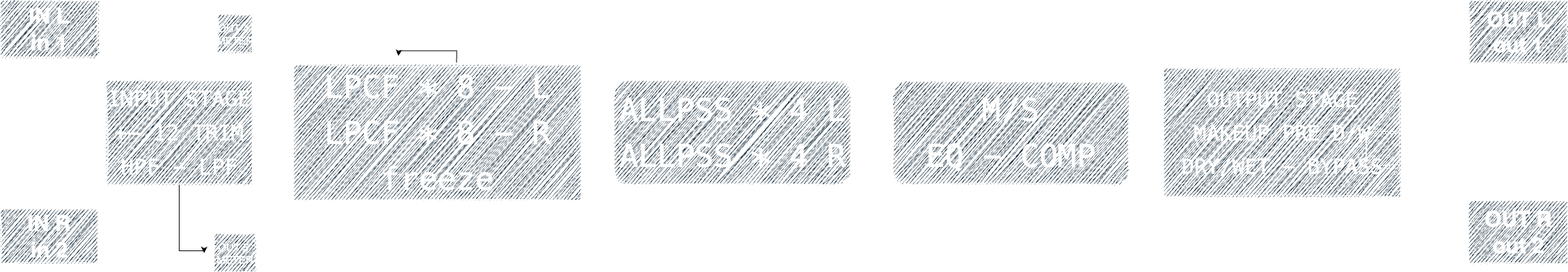
Earlier version of the draw.io export Assets/diagram.png (cjitter/JCBImager). Source tidied: cells renumbered, new cells last; positions are measured from the earlier drawing's top-left corner, leaving out a move shared by most shapes.
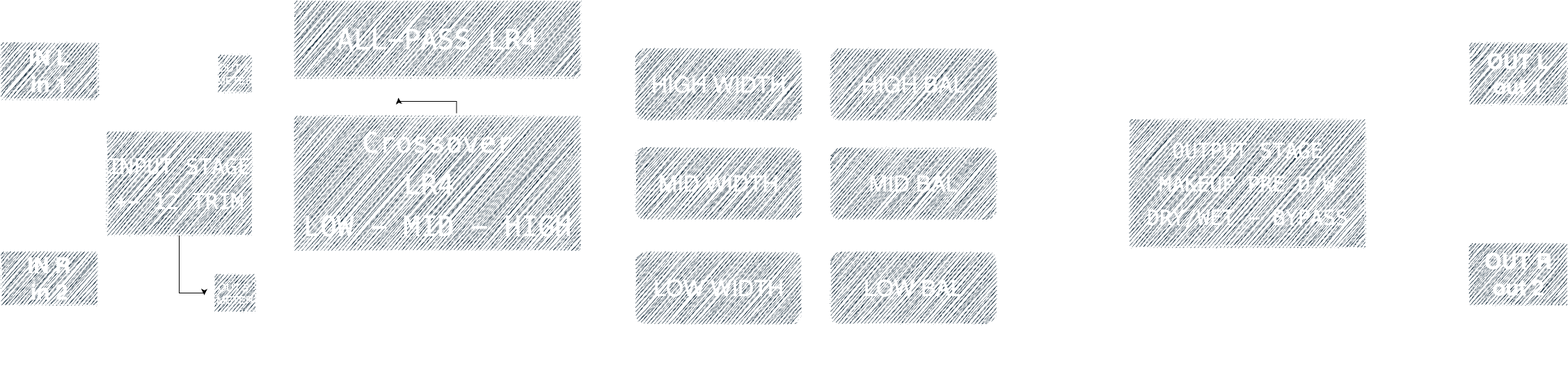
After the change.

The edit, as a diff of the source:
```diff
@@ -5,6 +5,12 @@
     <mxCell id="2" style="edgeStyle=orthogonalEdgeStyle;rounded=0;jettySize=auto;html=1;entryX=0.003;entryY=0.333;entryDx=0;entryDy=0;entryPerimeter=0;strokeColor=#FFFFFF;exitX=0.5;exitY=1;exitDx=0;exitDy=0;" parent="1" edge="1" source="3" target="9">
       <mxGeometry relative="1" as="geometry" />
     </mxCell>
+    <mxCell id="25" style="edgeStyle=orthogonalEdgeStyle;rounded=0;jettySize=auto;html=1;exitX=0.25;exitY=1;exitDx=0;exitDy=0;entryX=0.25;entryY=0;entryDx=0;entryDy=0;" parent="1" edge="1" source="3" target="5">
+      <mxGeometry relative="1" as="geometry" />
+    </mxCell>
+    <mxCell id="26" style="edgeStyle=orthogonalEdgeStyle;rounded=0;jettySize=auto;html=1;exitX=0.25;exitY=1;exitDx=0;exitDy=0;entryX=0.25;entryY=0;entryDx=0;entryDy=0;strokeColor=#FFFFFF;" parent="1" edge="1" source="3" target="5">
+      <mxGeometry relative="1" as="geometry" />
+    </mxCell>
     <mxCell id="3" value="&lt;font style=&quot;font-size: 31px;&quot;&gt;&lt;b&gt;IN L&lt;/b&gt;&lt;/font&gt;&lt;div&gt;&lt;font style=&quot;font-size: 31px;&quot;&gt;&lt;b&gt;in 1&lt;/b&gt;&lt;/font&gt;&lt;/div&gt;" style="rounded=0;whiteSpace=wrap;html=1;labelBackgroundColor=none;strokeColor=#FFFFFF;fillColor=#182E3E;fontColor=#FFFFFF;sketch=1;curveFitting=1;jiggle=2;" parent="1" vertex="1">
       <mxGeometry width="140" height="81.2" as="geometry" />
     </mxCell>
@@ -38,8 +44,34 @@
     <mxCell id="8" style="edgeStyle=orthogonalEdgeStyle;rounded=0;jettySize=auto;html=1;strokeColor=#FFFFFF;" parent="1" edge="1" source="9" target="12">
       <mxGeometry relative="1" as="geometry" />
     </mxCell>
+    <mxCell id="27" style="edgeStyle=orthogonalEdgeStyle;rounded=0;jettySize=auto;html=1;exitX=0.25;exitY=1;exitDx=0;exitDy=0;entryX=0.541;entryY=0.982;entryDx=0;entryDy=0;strokeColor=#FFFFFF;entryPerimeter=0;" parent="1" edge="1" target="16">
+      <mxGeometry relative="1" as="geometry">
+        <mxPoint x="204.5" y="470" as="sourcePoint" />
+        <Array as="points">
+          <mxPoint x="1806" y="471" />
+        </Array>
+      </mxGeometry>
+    </mxCell>
+    <mxCell id="28" style="edgeStyle=orthogonalEdgeStyle;rounded=0;jettySize=auto;html=1;exitX=0.5;exitY=1;exitDx=0;exitDy=0;strokeColor=#FFFFFF;" parent="1" edge="1" source="5">
+      <mxGeometry relative="1" as="geometry">
+        <mxPoint x="204" y="460" as="targetPoint" />
+        <Array as="points">
+          <mxPoint x="32" y="378" />
+          <mxPoint x="32" y="470" />
+          <mxPoint x="204" y="470" />
+        </Array>
+      </mxGeometry>
+    </mxCell>
+    <mxCell id="29" style="edgeStyle=orthogonalEdgeStyle;rounded=0;jettySize=auto;html=1;exitX=0.25;exitY=0;exitDx=0;exitDy=0;entryX=0;entryY=0.5;entryDx=0;entryDy=0;strokeColor=#FFFFFF;" parent="1" edge="1" source="9" target="42">
+      <mxGeometry relative="1" as="geometry">
+        <Array as="points">
+          <mxPoint x="204" y="-40" />
+          <mxPoint x="422" y="-40" />
+        </Array>
+      </mxGeometry>
+    </mxCell>
-    <mxCell id="9" value="&lt;pre&gt;&lt;span style=&quot;font-size: 31px;&quot;&gt;INPUT STAGE&lt;/span&gt;&lt;/pre&gt;&lt;pre&gt;&lt;span style=&quot;font-size: 31px;&quot;&gt;+- 12 TRIM&lt;/span&gt;&lt;/pre&gt;&lt;pre&gt;&lt;span style=&quot;font-size: 31px;&quot;&gt;HPF - LPF&lt;/span&gt;&lt;/pre&gt;" style="rounded=0;whiteSpace=wrap;html=1;labelBackgroundColor=none;strokeColor=#FFFFFF;fillColor=#182E3E;fontColor=#FFFFFF;sketch=1;curveFitting=1;jiggle=2;" parent="1" vertex="1">
-      <mxGeometry x="152" y="115" width="210" height="150" as="geometry" />
+    <mxCell id="9" value="&lt;pre&gt;&lt;span style=&quot;font-size: 31px;&quot;&gt;INPUT STAGE&lt;/span&gt;&lt;/pre&gt;&lt;pre&gt;&lt;span style=&quot;font-size: 31px;&quot;&gt;+- 12 TRIM&lt;/span&gt;&lt;/pre&gt;" style="rounded=0;whiteSpace=wrap;html=1;labelBackgroundColor=none;strokeColor=#FFFFFF;fillColor=#182E3E;fontColor=#FFFFFF;sketch=1;curveFitting=1;jiggle=2;" parent="1" vertex="1">
+      <mxGeometry x="152" y="127.5" width="210" height="150" as="geometry" />
     </mxCell>
     <mxCell id="10" style="edgeStyle=orthogonalEdgeStyle;rounded=0;jettySize=auto;html=1;exitX=0.567;exitY=-0.016;exitDx=0;exitDy=0;exitPerimeter=0;" parent="1" edge="1" source="12">
       <mxGeometry relative="1" as="geometry">
@@ -49,19 +81,23 @@
     <mxCell id="11" style="edgeStyle=orthogonalEdgeStyle;rounded=0;jettySize=auto;html=1;exitX=1;exitY=0.5;exitDx=0;exitDy=0;entryX=0;entryY=0.5;entryDx=0;entryDy=0;strokeColor=#FFFFFF;" parent="1" edge="1" source="12" target="14">
       <mxGeometry relative="1" as="geometry">
         <Array as="points">
-          <mxPoint x="972" y="208" />
-          <mxPoint x="972" y="208" />
+          <mxPoint x="834" y="208" />
+          <mxPoint x="872" y="208" />
+          <mxPoint x="872" y="61" />
         </Array>
       </mxGeometry>
     </mxCell>
+    <mxCell id="30" style="edgeStyle=orthogonalEdgeStyle;rounded=0;jettySize=auto;html=1;entryX=0;entryY=0.5;entryDx=0;entryDy=0;strokeColor=#FFFFFF;" parent="1" edge="1" source="12" target="32">
+      <mxGeometry relative="1" as="geometry" />
+    </mxCell>
+    <mxCell id="31" style="edgeStyle=orthogonalEdgeStyle;rounded=0;jettySize=auto;html=1;exitX=1;exitY=0.5;exitDx=0;exitDy=0;entryX=0;entryY=0.5;entryDx=0;entryDy=0;strokeColor=#FFFFFF;" parent="1" edge="1" source="12" target="33">
+      <mxGeometry relative="1" as="geometry" />
+    </mxCell>
-    <mxCell id="12" value="&lt;pre&gt;&lt;font style=&quot;font-size: 45px;&quot;&gt;LPCF * 8 - L&lt;/font&gt;&lt;/pre&gt;&lt;pre&gt;&lt;font style=&quot;font-size: 45px;&quot;&gt;LPCF * 8 - R&lt;/font&gt;&lt;/pre&gt;&lt;pre&gt;&lt;span style=&quot;font-size: 45px;&quot;&gt;freeze&lt;/span&gt;&lt;/pre&gt;" style="rounded=0;whiteSpace=wrap;html=1;labelBackgroundColor=none;strokeColor=#FFFFFF;gradientDirection=west;fillColor=#182E3E;fontColor=#FFFFFF;sketch=1;curveFitting=1;jiggle=2;" parent="1" vertex="1">
-      <mxGeometry x="422" y="92.5" width="412" height="195" as="geometry" />
+    <mxCell id="12" value="&lt;pre&gt;&lt;font style=&quot;font-size: 40px;&quot;&gt;Crossover&lt;/font&gt;&lt;/pre&gt;&lt;pre&gt;&lt;font style=&quot;font-size: 40px;&quot;&gt;LR4 &lt;/font&gt;&lt;/pre&gt;&lt;pre&gt;&lt;font style=&quot;font-size: 40px;&quot;&gt;LOW - MID - HIGH&lt;/font&gt;&lt;/pre&gt;" style="rounded=0;whiteSpace=wrap;html=1;labelBackgroundColor=none;strokeColor=#FFFFFF;gradientDirection=west;fillColor=#182E3E;fontColor=#FFFFFF;sketch=1;curveFitting=1;jiggle=2;" parent="1" vertex="1">
+      <mxGeometry x="422" y="105" width="412" height="195" as="geometry" />
     </mxCell>
-    <mxCell id="13" style="edgeStyle=orthogonalEdgeStyle;rounded=0;jettySize=auto;html=1;exitX=1;exitY=0.5;exitDx=0;exitDy=0;entryX=0;entryY=0.5;entryDx=0;entryDy=0;strokeColor=#FFFFFF;" parent="1" edge="1" source="14" target="24">
-      <mxGeometry relative="1" as="geometry" />
-    </mxCell>
-    <mxCell id="14" value="&lt;pre&gt;&lt;font style=&quot;font-size: 45px;&quot;&gt;ALLPSS * 4 L&lt;/font&gt;&lt;/pre&gt;&lt;div&gt;&lt;font style=&quot;font-size: 45px;&quot;&gt;&lt;pre style=&quot;font-size: 12px;&quot;&gt;&lt;font style=&quot;font-size: 45px;&quot;&gt;ALLPSS * 4 R&lt;/font&gt;&lt;/pre&gt;&lt;/font&gt;&lt;/div&gt;" style="whiteSpace=wrap;html=1;rounded=1;labelBackgroundColor=none;strokeColor=#FFFFFF;fillColor=#182E3E;fontColor=#FFFFFF;sketch=1;curveFitting=1;jiggle=2;" parent="1" vertex="1">
-      <mxGeometry x="882" y="115" width="340" height="150" as="geometry" />
+    <mxCell id="14" value="&lt;font style=&quot;font-size: 32px;&quot;&gt;HIGH WIDTH&lt;/font&gt;" style="whiteSpace=wrap;html=1;rounded=1;labelBackgroundColor=none;strokeColor=#FFFFFF;fillColor=#182E3E;fontColor=#FFFFFF;sketch=1;curveFitting=1;jiggle=2;" parent="1" vertex="1">
+      <mxGeometry x="912" y="8" width="240" height="105" as="geometry" />
     </mxCell>
     <mxCell id="15" style="edgeStyle=orthogonalEdgeStyle;jettySize=auto;html=1;entryX=0;entryY=0.561;entryDx=0;entryDy=0;entryPerimeter=0;rounded=0;labelBackgroundColor=none;fontColor=default;strokeColor=#FFFFFF;sketch=1;curveFitting=1;jiggle=2;" parent="1" edge="1" source="16" target="17">
       <mxGeometry relative="1" as="geometry">
@@ -73,16 +109,16 @@
       </mxGeometry>
     </mxCell>
     <mxCell id="16" value="&lt;pre&gt;&lt;span style=&quot;font-size: 30px;&quot;&gt;OUTPUT STAGE&lt;/span&gt;&lt;/pre&gt;&lt;pre&gt;&lt;span style=&quot;font-size: 30px;&quot;&gt;MAKEUP PRE D/W&lt;/span&gt;&lt;/pre&gt;&lt;pre&gt;&lt;span style=&quot;font-size: 30px;&quot;&gt;DRY/WET - BYPASS&lt;/span&gt;&lt;/pre&gt;" style="rounded=0;whiteSpace=wrap;html=1;labelBackgroundColor=none;strokeColor=#FFFFFF;fillColor=#182E3E;fontColor=#FFFFFF;sketch=1;curveFitting=1;jiggle=2;" parent="1" vertex="1">
-      <mxGeometry x="1672" y="97.5" width="340" height="185" as="geometry" />
+      <mxGeometry x="1622" y="110" width="340" height="185" as="geometry" />
     </mxCell>
     <mxCell id="17" value="&lt;font style=&quot;font-size: 30px;&quot;&gt;&lt;b&gt;OUT L&lt;/b&gt;&lt;/font&gt;&lt;div&gt;&lt;font style=&quot;font-size: 30px;&quot;&gt;&lt;b&gt;out 1&lt;/b&gt;&lt;/font&gt;&lt;/div&gt;" style="rounded=0;whiteSpace=wrap;html=1;labelBackgroundColor=none;strokeColor=#FFFFFF;fillColor=#182E3E;fontColor=#FFFFFF;sketch=1;curveFitting=1;jiggle=2;" parent="1" vertex="1">
       <mxGeometry x="2110" width="142" height="90" as="geometry" />
     </mxCell>
     <mxCell id="18" value="&lt;div&gt;&lt;font style=&quot;font-size: 15px;&quot;&gt;OUT 4&amp;nbsp;&lt;/font&gt;&lt;/div&gt;&lt;div&gt;&lt;font style=&quot;font-size: 15px;&quot;&gt;METER&lt;/font&gt;&lt;/div&gt;" style="rounded=0;whiteSpace=wrap;html=1;labelBackgroundColor=none;strokeColor=#FFFFFF;fillColor=#182E3E;fontColor=#FFFFFF;sketch=1;curveFitting=1;jiggle=2;" parent="1" vertex="1">
-      <mxGeometry x="312" y="20" width="50" height="55" as="geometry" />
+      <mxGeometry x="312" y="17.5" width="50" height="55" as="geometry" />
     </mxCell>
     <mxCell id="19" value="&lt;font style=&quot;font-size: 15px;&quot;&gt;OUT 5&amp;nbsp;&lt;/font&gt;&lt;div&gt;&lt;font style=&quot;font-size: 15px;&quot;&gt;METER&lt;/font&gt;&lt;/div&gt;" style="rounded=0;whiteSpace=wrap;html=1;labelBackgroundColor=none;strokeColor=#FFFFFF;fillColor=#182E3E;fontColor=#FFFFFF;sketch=1;curveFitting=1;jiggle=2;" parent="1" vertex="1">
-      <mxGeometry x="307" y="335" width="60" height="55" as="geometry" />
+      <mxGeometry x="307" y="332" width="60" height="55" as="geometry" />
     </mxCell>
     <mxCell id="20" value="&lt;font style=&quot;font-size: 31px;&quot;&gt;&lt;b&gt;OUT R&lt;/b&gt;&lt;/font&gt;&lt;div&gt;&lt;font style=&quot;font-size: 31px;&quot;&gt;&lt;b&gt;out 2&lt;/b&gt;&lt;/font&gt;&lt;/div&gt;" style="rounded=0;whiteSpace=wrap;html=1;labelBackgroundColor=none;strokeColor=#FFFFFF;fillColor=#182E3E;fontColor=#FFFFFF;sketch=1;curveFitting=1;jiggle=2;" parent="1" vertex="1">
       <mxGeometry x="2110" y="288.1" width="142" height="90" as="geometry" />
@@ -104,13 +140,48 @@
         </Array>
       </mxGeometry>
     </mxCell>
-    <mxCell id="23" style="edgeStyle=orthogonalEdgeStyle;rounded=0;jettySize=auto;html=1;strokeColor=#FFFFFF;entryX=0;entryY=0.5;entryDx=0;entryDy=0;" parent="1" edge="1" target="16">
-      <mxGeometry relative="1" as="geometry">
-        <mxPoint x="1602" y="190" as="sourcePoint" />
-      </mxGeometry>
-    </mxCell>
-    <mxCell id="24" value="&lt;pre&gt;&lt;span style=&quot;font-size: 45px;&quot;&gt;M/S&lt;/span&gt;&lt;/pre&gt;&lt;pre&gt;&lt;span style=&quot;font-size: 45px;&quot;&gt;EQ - COMP&lt;/span&gt;&lt;/pre&gt;" style="whiteSpace=wrap;html=1;rounded=1;labelBackgroundColor=none;strokeColor=#FFFFFF;fillColor=#182E3E;fontColor=#FFFFFF;sketch=1;curveFitting=1;jiggle=2;" parent="1" vertex="1">
-      <mxGeometry x="1282" y="115" width="340" height="150" as="geometry" />
-    </mxCell>
+    <mxCell id="32" value="&lt;font style=&quot;font-size: 32px;&quot;&gt;MID WIDTH&lt;/font&gt;" style="whiteSpace=wrap;html=1;rounded=1;labelBackgroundColor=none;strokeColor=#FFFFFF;fillColor=#182E3E;fontColor=#FFFFFF;sketch=1;curveFitting=1;jiggle=2;" parent="1" vertex="1">
+      <mxGeometry x="912" y="150" width="240" height="105" as="geometry" />
+    </mxCell>
+    <mxCell id="33" value="&lt;font style=&quot;font-size: 32px;&quot;&gt;LOW WIDTH&lt;/font&gt;" style="whiteSpace=wrap;html=1;rounded=1;labelBackgroundColor=none;strokeColor=#FFFFFF;fillColor=#182E3E;fontColor=#FFFFFF;sketch=1;curveFitting=1;jiggle=2;" parent="1" vertex="1">
+      <mxGeometry x="912" y="300" width="240" height="105" as="geometry" />
+    </mxCell>
+    <mxCell id="34" style="edgeStyle=orthogonalEdgeStyle;rounded=0;jettySize=auto;html=1;entryX=0;entryY=0.25;entryDx=0;entryDy=0;strokeColor=#FFFFFF;" parent="1" edge="1" source="35" target="16">
+      <mxGeometry relative="1" as="geometry" />
+    </mxCell>
+    <mxCell id="35" value="&lt;font style=&quot;font-size: 32px;&quot;&gt;HIGH BAL&lt;/font&gt;" style="whiteSpace=wrap;html=1;rounded=1;labelBackgroundColor=none;strokeColor=#FFFFFF;fillColor=#182E3E;fontColor=#FFFFFF;sketch=1;curveFitting=1;jiggle=2;" parent="1" vertex="1">
+      <mxGeometry x="1192" y="8" width="240" height="105" as="geometry" />
+    </mxCell>
+    <mxCell id="36" style="edgeStyle=orthogonalEdgeStyle;rounded=0;jettySize=auto;html=1;entryX=0;entryY=0.5;entryDx=0;entryDy=0;strokeColor=#FFFFFF;" parent="1" edge="1" source="38" target="16">
+      <mxGeometry relative="1" as="geometry">
+        <Array as="points">
+          <mxPoint x="1522" y="203" />
+          <mxPoint x="1522" y="203" />
+        </Array>
+      </mxGeometry>
+    </mxCell>
+    <mxCell id="37" style="edgeStyle=orthogonalEdgeStyle;rounded=0;jettySize=auto;html=1;exitX=1;exitY=0.5;exitDx=0;exitDy=0;entryX=0;entryY=0.5;entryDx=0;entryDy=0;strokeColor=#FFFFFF;" parent="1" edge="1" source="38" target="16">
+      <mxGeometry relative="1" as="geometry" />
+    </mxCell>
+    <mxCell id="38" value="&lt;font style=&quot;font-size: 32px;&quot;&gt;MID BAL&lt;/font&gt;" style="whiteSpace=wrap;html=1;rounded=1;labelBackgroundColor=none;strokeColor=#FFFFFF;fillColor=#182E3E;fontColor=#FFFFFF;sketch=1;curveFitting=1;jiggle=2;" parent="1" vertex="1">
+      <mxGeometry x="1192" y="150" width="240" height="105" as="geometry" />
+    </mxCell>
+    <mxCell id="39" value="&lt;font style=&quot;font-size: 32px;&quot;&gt;LOW BAL&lt;/font&gt;" style="whiteSpace=wrap;html=1;rounded=1;labelBackgroundColor=none;strokeColor=#FFFFFF;fillColor=#182E3E;fontColor=#FFFFFF;sketch=1;curveFitting=1;jiggle=2;" parent="1" vertex="1">
+      <mxGeometry x="1192" y="300" width="240" height="105" as="geometry" />
+    </mxCell>
+    <mxCell id="40" style="edgeStyle=orthogonalEdgeStyle;rounded=0;jettySize=auto;html=1;entryX=0.003;entryY=0.864;entryDx=0;entryDy=0;entryPerimeter=0;strokeColor=#FFFFFF;" parent="1" edge="1" source="39" target="16">
+      <mxGeometry relative="1" as="geometry" />
+    </mxCell>
+    <mxCell id="41" style="edgeStyle=orthogonalEdgeStyle;rounded=0;jettySize=auto;html=1;exitX=1;exitY=0.5;exitDx=0;exitDy=0;entryX=0.5;entryY=0;entryDx=0;entryDy=0;strokeColor=#FFFFFF;" parent="1" edge="1" source="42" target="16">
+      <mxGeometry relative="1" as="geometry">
+        <Array as="points">
+          <mxPoint x="834" y="-40" />
+          <mxPoint x="1792" y="-40" />
+        </Array>
+      </mxGeometry>
+    </mxCell>
+    <mxCell id="42" value="&lt;pre&gt;&lt;font style=&quot;font-size: 40px;&quot;&gt;ALL-PASS LR4&lt;/font&gt;&lt;/pre&gt;" style="rounded=0;whiteSpace=wrap;html=1;labelBackgroundColor=none;strokeColor=#FFFFFF;gradientDirection=west;fillColor=#182E3E;fontColor=#FFFFFF;sketch=1;curveFitting=1;jiggle=2;" parent="1" vertex="1">
+      <mxGeometry x="422" y="-60" width="412" height="110" as="geometry" />
+    </mxCell>
   </root>
 </mxGraphModel>
```
